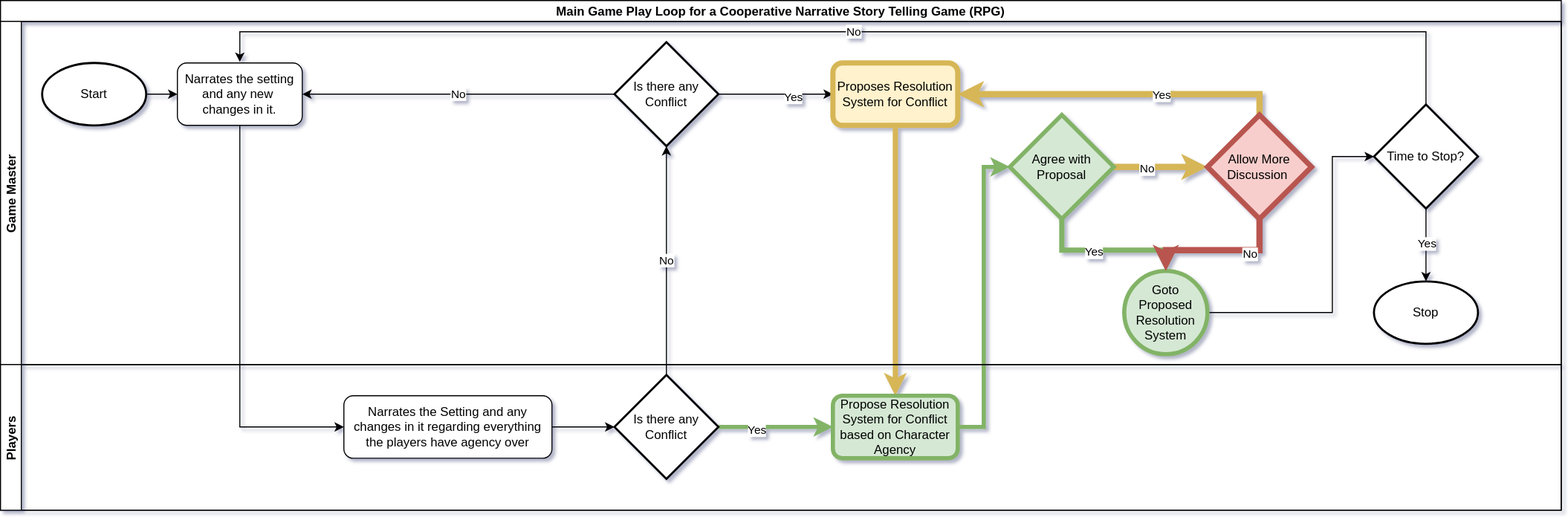
Earlier version of the draw.io export assets/diagrams/Main-Game-Play-Loop.svg (TedTschopp/Fixing-Game-Night). Source tidied: cells renumbered, new cells last; positions are measured from the earlier drawing's top-left corner, leaving out a move shared by most shapes.
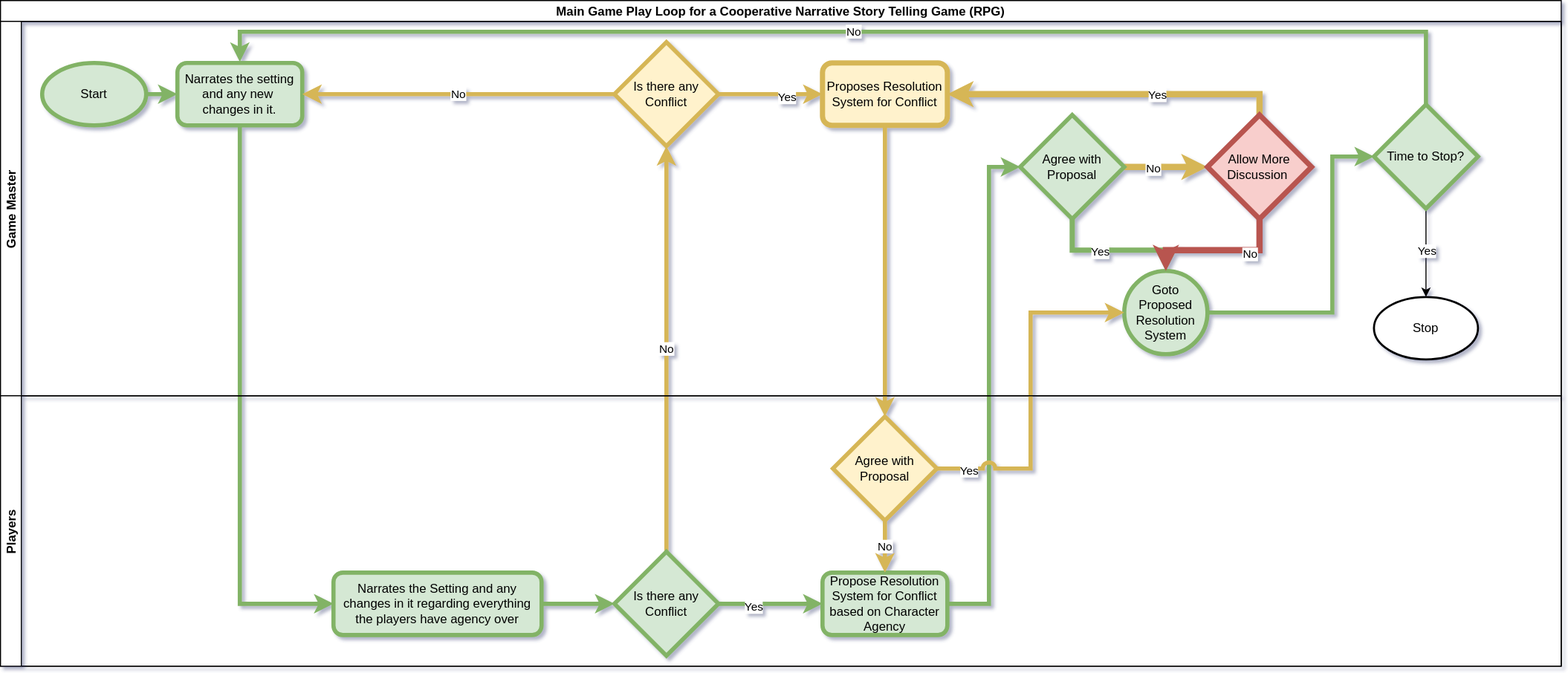
After the change.

What changed in the source:
```diff
@@ -3,27 +3,29 @@
     <mxCell id="0" />
     <mxCell id="1" parent="0" />
     <mxCell id="2" value="Main Game Play Loop for a Cooperative Narrative Story Telling Game (RPG)" style="swimlane;horizontal=1;startSize=20;" parent="1" vertex="1">
-      <mxGeometry width="1500" height="490" as="geometry" />
+      <mxGeometry width="1500" height="640" as="geometry" />
     </mxCell>
-    <mxCell id="3" style="edgeStyle=orthogonalEdgeStyle;rounded=0;jettySize=auto;html=1;startArrow=none;startFill=0;fillColor=#fff2cc;strokeColor=#d6b656;strokeWidth=5;" parent="2" edge="1" source="13" target="36">
-      <mxGeometry relative="1" as="geometry" />
-    </mxCell>
-    <mxCell id="4" value="No" style="edgeStyle=orthogonalEdgeStyle;rounded=0;jettySize=auto;html=1;entryX=0.5;entryY=1;entryDx=0;entryDy=0;startArrow=none;startFill=0;entryPerimeter=0;" parent="2" edge="1" source="39" target="32">
+    <mxCell id="4" value="No" style="edgeStyle=orthogonalEdgeStyle;rounded=0;jettySize=auto;html=1;entryX=0.5;entryY=1;entryDx=0;entryDy=0;startArrow=none;startFill=0;entryPerimeter=0;fillColor=#fff2cc;strokeColor=#d6b656;strokeWidth=4;" parent="2" edge="1" source="39" target="32">
       <mxGeometry relative="1" as="geometry" />
     </mxCell>
-    <mxCell id="5" style="edgeStyle=orthogonalEdgeStyle;rounded=0;jettySize=auto;html=1;entryX=0;entryY=0.5;entryDx=0;entryDy=0;startArrow=none;startFill=0;exitX=0.5;exitY=1;exitDx=0;exitDy=0;" parent="2" edge="1" source="8" target="35">
+    <mxCell id="5" style="edgeStyle=orthogonalEdgeStyle;rounded=0;jettySize=auto;html=1;entryX=0;entryY=0.5;entryDx=0;entryDy=0;startArrow=none;startFill=0;exitX=0.5;exitY=1;exitDx=0;exitDy=0;strokeWidth=4;fillColor=#d5e8d4;strokeColor=#82b366;" parent="2" edge="1" source="8" target="35">
       <mxGeometry relative="1" as="geometry" />
     </mxCell>
-    <mxCell id="6" style="edgeStyle=orthogonalEdgeStyle;rounded=0;jettySize=auto;html=1;entryX=0;entryY=0.5;entryDx=0;entryDy=0;entryPerimeter=0;startArrow=none;startFill=0;strokeWidth=4;fillColor=#d5e8d4;strokeColor=#82b366;" parent="2" edge="1" source="36" target="20">
-      <mxGeometry relative="1" as="geometry" />
+    <mxCell id="6" style="edgeStyle=orthogonalEdgeStyle;rounded=0;jettySize=auto;html=1;entryX=0;entryY=0.5;entryDx=0;entryDy=0;entryPerimeter=0;startArrow=none;startFill=0;strokeWidth=4;fillColor=#d5e8d4;strokeColor=#82b366;jumpStyle=arc;exitX=1;exitY=0.5;exitDx=0;exitDy=0;" parent="2" edge="1" source="36" target="20">
+      <mxGeometry relative="1" as="geometry">
+        <Array as="points">
+          <mxPoint x="950" y="580" />
+          <mxPoint x="950" y="160" />
+        </Array>
+      </mxGeometry>
     </mxCell>
     <mxCell id="7" value="Game Master" style="swimlane;startSize=20;horizontal=0;" parent="2" vertex="1">
-      <mxGeometry y="20" width="1500" height="330" as="geometry" />
+      <mxGeometry y="20" width="1500" height="360" as="geometry" />
     </mxCell>
-    <mxCell id="8" value="Narrates the setting and any new&amp;nbsp; changes in it." style="rounded=1;whiteSpace=wrap;html=1;" parent="7" vertex="1">
+    <mxCell id="8" value="Narrates the setting and any new&amp;nbsp; changes in it." style="rounded=1;whiteSpace=wrap;html=1;fillColor=#d5e8d4;strokeColor=#82b366;strokeWidth=4;" parent="7" vertex="1">
       <mxGeometry x="170" y="40" width="120" height="60" as="geometry" />
     </mxCell>
-    <mxCell id="9" style="edgeStyle=orthogonalEdgeStyle;rounded=0;jettySize=auto;html=1;entryX=0;entryY=0.5;entryDx=0;entryDy=0;startArrow=none;startFill=0;exitX=1;exitY=0.5;exitDx=0;exitDy=0;exitPerimeter=0;" parent="7" edge="1" source="32" target="13">
+    <mxCell id="9" style="edgeStyle=orthogonalEdgeStyle;rounded=0;jettySize=auto;html=1;entryX=0;entryY=0.5;entryDx=0;entryDy=0;startArrow=none;startFill=0;exitX=1;exitY=0.5;exitDx=0;exitDy=0;exitPerimeter=0;fillColor=#fff2cc;strokeColor=#d6b656;strokeWidth=4;" parent="7" edge="1" source="32" target="13">
       <mxGeometry relative="1" as="geometry" />
     </mxCell>
     <mxCell id="10" value="Yes" style="edgeLabel;html=1;align=center;verticalAlign=middle;" parent="9" vertex="1">
@@ -32,7 +34,7 @@
     <mxCell id="11" style="edgeStyle=orthogonalEdgeStyle;rounded=0;jettySize=auto;html=1;startArrow=none;startFill=0;exitX=0.5;exitY=1;exitDx=0;exitDy=0;exitPerimeter=0;strokeWidth=5;fillColor=#d5e8d4;strokeColor=#82b366;" parent="7" edge="1" source="20" target="15">
       <mxGeometry relative="1" as="geometry">
         <Array as="points">
-          <mxPoint x="1020" y="220" />
+          <mxPoint x="1030" y="220" />
           <mxPoint x="1120" y="220" />
         </Array>
       </mxGeometry>
@@ -41,9 +43,9 @@
       <mxGeometry x="-0.2" y="-1" relative="1" as="geometry" />
     </mxCell>
     <mxCell id="13" value="Proposes Resolution System for Conflict" style="rounded=1;whiteSpace=wrap;html=1;fillColor=#fff2cc;strokeColor=#d6b656;strokeWidth=5;" parent="7" vertex="1">
-      <mxGeometry x="800" y="40" width="120" height="60" as="geometry" />
+      <mxGeometry x="790" y="40" width="120" height="60" as="geometry" />
     </mxCell>
-    <mxCell id="14" style="edgeStyle=orthogonalEdgeStyle;rounded=0;jettySize=auto;html=1;entryX=0;entryY=0.5;entryDx=0;entryDy=0;entryPerimeter=0;startArrow=none;startFill=0;exitX=1;exitY=0.5;exitDx=0;exitDy=0;" parent="7" edge="1" source="15" target="29">
+    <mxCell id="14" style="edgeStyle=orthogonalEdgeStyle;rounded=0;jettySize=auto;html=1;entryX=0;entryY=0.5;entryDx=0;entryDy=0;entryPerimeter=0;startArrow=none;startFill=0;exitX=1;exitY=0.5;exitDx=0;exitDy=0;strokeWidth=4;fillColor=#d5e8d4;strokeColor=#82b366;" parent="7" edge="1" source="15" target="29">
       <mxGeometry relative="1" as="geometry">
         <Array as="points">
           <mxPoint x="1280" y="280" />
@@ -54,10 +56,10 @@
     <mxCell id="15" value="Goto Proposed Resolution System" style="ellipse;whiteSpace=wrap;html=1;strokeWidth=4;fillColor=#d5e8d4;strokeColor=#82b366;" parent="7" vertex="1">
       <mxGeometry x="1080" y="240" width="80" height="80" as="geometry" />
     </mxCell>
-    <mxCell id="16" style="edgeStyle=orthogonalEdgeStyle;rounded=0;jettySize=auto;html=1;startArrow=none;startFill=0;" parent="7" edge="1" source="17" target="8">
+    <mxCell id="16" style="edgeStyle=orthogonalEdgeStyle;rounded=0;jettySize=auto;html=1;startArrow=none;startFill=0;strokeWidth=4;fillColor=#d5e8d4;strokeColor=#82b366;" parent="7" edge="1" source="17" target="8">
       <mxGeometry relative="1" as="geometry" />
     </mxCell>
-    <mxCell id="17" value="Start" style="strokeWidth=2;html=1;shape=mxgraph.flowchart.start_1;whiteSpace=wrap;" parent="7" vertex="1">
+    <mxCell id="17" value="Start" style="strokeWidth=4;html=1;shape=mxgraph.flowchart.start_1;whiteSpace=wrap;fillColor=#d5e8d4;strokeColor=#82b366;" parent="7" vertex="1">
       <mxGeometry x="40" y="40" width="100" height="60" as="geometry" />
     </mxCell>
     <mxCell id="18" style="edgeStyle=orthogonalEdgeStyle;rounded=0;jettySize=auto;html=1;entryX=0;entryY=0.5;entryDx=0;entryDy=0;entryPerimeter=0;startArrow=none;startFill=0;fillColor=#fff2cc;strokeColor=#d6b656;strokeWidth=6;" parent="7" edge="1" source="20" target="25">
@@ -67,7 +69,7 @@
       <mxGeometry x="-0.32" y="-1" relative="1" as="geometry" />
     </mxCell>
     <mxCell id="20" value="Agree with Proposal" style="strokeWidth=4;html=1;shape=mxgraph.flowchart.decision;whiteSpace=wrap;fillColor=#d5e8d4;strokeColor=#82b366;" parent="7" vertex="1">
-      <mxGeometry x="970" y="90" width="100" height="100" as="geometry" />
+      <mxGeometry x="980" y="90" width="100" height="100" as="geometry" />
     </mxCell>
     <mxCell id="21" style="edgeStyle=orthogonalEdgeStyle;rounded=0;jettySize=auto;html=1;startArrow=none;startFill=0;exitX=0.5;exitY=1;exitDx=0;exitDy=0;exitPerimeter=0;fillColor=#f8cecc;strokeColor=#b85450;strokeWidth=6;" parent="7" edge="1" source="25" target="15">
       <mxGeometry relative="1" as="geometry">
@@ -95,7 +97,7 @@
     <mxCell id="27" value="Yes" style="edgeLabel;html=1;align=center;verticalAlign=middle;" parent="26" vertex="1">
       <mxGeometry x="-0.06" relative="1" as="geometry" />
     </mxCell>
-    <mxCell id="28" value="No" style="edgeStyle=orthogonalEdgeStyle;rounded=0;jettySize=auto;html=1;startArrow=none;startFill=0;" parent="7" edge="1" source="29">
+    <mxCell id="28" value="No" style="edgeStyle=orthogonalEdgeStyle;rounded=0;jettySize=auto;html=1;startArrow=none;startFill=0;fillColor=#d5e8d4;strokeColor=#82b366;strokeWidth=4;" parent="7" edge="1" source="29">
       <mxGeometry relative="1" as="geometry">
         <mxPoint x="230" y="39" as="targetPoint" />
         <Array as="points">
@@ -104,29 +106,38 @@
         </Array>
       </mxGeometry>
     </mxCell>
-    <mxCell id="29" value="Time to Stop?" style="strokeWidth=2;html=1;shape=mxgraph.flowchart.decision;whiteSpace=wrap;" parent="7" vertex="1">
+    <mxCell id="29" value="Time to Stop?" style="strokeWidth=4;html=1;shape=mxgraph.flowchart.decision;whiteSpace=wrap;fillColor=#d5e8d4;strokeColor=#82b366;" parent="7" vertex="1">
       <mxGeometry x="1320" y="80" width="100" height="100" as="geometry" />
     </mxCell>
     <mxCell id="30" value="Stop" style="strokeWidth=2;html=1;shape=mxgraph.flowchart.start_1;whiteSpace=wrap;" parent="7" vertex="1">
-      <mxGeometry x="1320" y="250" width="100" height="60" as="geometry" />
+      <mxGeometry x="1320" y="265" width="100" height="60" as="geometry" />
     </mxCell>
-    <mxCell id="31" value="No" style="edgeStyle=orthogonalEdgeStyle;rounded=0;jettySize=auto;html=1;entryX=1;entryY=0.5;entryDx=0;entryDy=0;startArrow=none;startFill=0;" parent="7" edge="1" source="32" target="8">
+    <mxCell id="31" value="No" style="edgeStyle=orthogonalEdgeStyle;rounded=0;jettySize=auto;html=1;entryX=1;entryY=0.5;entryDx=0;entryDy=0;startArrow=none;startFill=0;strokeWidth=4;fillColor=#fff2cc;strokeColor=#d6b656;" parent="7" edge="1" source="32" target="8">
       <mxGeometry relative="1" as="geometry" />
     </mxCell>
-    <mxCell id="32" value="Is there any Conflict" style="strokeWidth=2;html=1;shape=mxgraph.flowchart.decision;whiteSpace=wrap;" parent="7" vertex="1">
+    <mxCell id="32" value="Is there any Conflict" style="strokeWidth=4;html=1;shape=mxgraph.flowchart.decision;whiteSpace=wrap;fillColor=#fff2cc;strokeColor=#d6b656;" parent="7" vertex="1">
       <mxGeometry x="590" y="20" width="100" height="100" as="geometry" />
     </mxCell>
+    <mxCell id="40" style="edgeStyle=orthogonalEdgeStyle;rounded=0;jettySize=auto;html=1;entryX=0;entryY=0.5;entryDx=0;entryDy=0;startArrow=none;startFill=0;strokeWidth=4;jumpStyle=arc;fillColor=#fff2cc;strokeColor=#d6b656;" parent="2" edge="1" source="44" target="15">
+      <mxGeometry relative="1" as="geometry" />
+    </mxCell>
+    <mxCell id="41" value="Yes" style="edgeLabel;html=1;align=center;verticalAlign=middle;" parent="40" vertex="1">
+      <mxGeometry x="-0.82" y="-1" relative="1" as="geometry" />
+    </mxCell>
+    <mxCell id="42" style="edgeStyle=orthogonalEdgeStyle;rounded=0;jettySize=auto;html=1;startArrow=none;startFill=0;strokeWidth=4;fillColor=#fff2cc;strokeColor=#d6b656;" parent="2" edge="1" source="13" target="44">
+      <mxGeometry relative="1" as="geometry" />
+    </mxCell>
     <mxCell id="33" value="Players" style="swimlane;startSize=20;horizontal=0;" parent="2" vertex="1">
-      <mxGeometry y="350" width="1500" height="140" as="geometry" />
+      <mxGeometry y="380" width="1500" height="260" as="geometry" />
     </mxCell>
-    <mxCell id="34" style="edgeStyle=orthogonalEdgeStyle;rounded=0;jettySize=auto;html=1;entryX=0;entryY=0.5;entryDx=0;entryDy=0;entryPerimeter=0;startArrow=none;startFill=0;" parent="33" edge="1" source="35" target="39">
+    <mxCell id="34" style="edgeStyle=orthogonalEdgeStyle;rounded=0;jettySize=auto;html=1;entryX=0;entryY=0.5;entryDx=0;entryDy=0;entryPerimeter=0;startArrow=none;startFill=0;strokeWidth=4;fillColor=#d5e8d4;strokeColor=#82b366;" parent="33" edge="1" source="35" target="39">
       <mxGeometry relative="1" as="geometry" />
     </mxCell>
-    <mxCell id="35" value="Narrates the Setting and any changes in it regarding everything the players have agency over" style="rounded=1;whiteSpace=wrap;html=1;" parent="33" vertex="1">
-      <mxGeometry x="330" y="30" width="200" height="60" as="geometry" />
+    <mxCell id="35" value="Narrates the Setting and any changes in it regarding everything the players have agency over" style="rounded=1;whiteSpace=wrap;html=1;strokeWidth=4;fillColor=#d5e8d4;strokeColor=#82b366;" parent="33" vertex="1">
+      <mxGeometry x="320" y="170" width="200" height="60" as="geometry" />
     </mxCell>
     <mxCell id="36" value="Propose Resolution System for Conflict based on Character Agency" style="rounded=1;whiteSpace=wrap;html=1;strokeWidth=4;fillColor=#d5e8d4;strokeColor=#82b366;" parent="33" vertex="1">
-      <mxGeometry x="800" y="30" width="120" height="60" as="geometry" />
+      <mxGeometry x="790" y="170" width="120" height="60" as="geometry" />
     </mxCell>
     <mxCell id="37" style="edgeStyle=orthogonalEdgeStyle;rounded=0;jettySize=auto;html=1;entryX=0;entryY=0.5;entryDx=0;entryDy=0;startArrow=none;startFill=0;strokeWidth=4;fillColor=#d5e8d4;strokeColor=#82b366;" parent="33" edge="1" source="39" target="36">
       <mxGeometry relative="1" as="geometry" />
@@ -134,8 +145,14 @@
     <mxCell id="38" value="Yes" style="edgeLabel;html=1;align=center;verticalAlign=middle;" parent="37" vertex="1">
       <mxGeometry x="-0.35" y="-2" relative="1" as="geometry" />
     </mxCell>
-    <mxCell id="39" value="Is there any Conflict" style="strokeWidth=2;html=1;shape=mxgraph.flowchart.decision;whiteSpace=wrap;" parent="33" vertex="1">
-      <mxGeometry x="590" y="10" width="100" height="100" as="geometry" />
+    <mxCell id="39" value="Is there any Conflict" style="strokeWidth=4;html=1;shape=mxgraph.flowchart.decision;whiteSpace=wrap;fillColor=#d5e8d4;strokeColor=#82b366;" parent="33" vertex="1">
+      <mxGeometry x="590" y="150" width="100" height="100" as="geometry" />
     </mxCell>
+    <mxCell id="43" value="No" style="edgeStyle=orthogonalEdgeStyle;rounded=0;jettySize=auto;html=1;startArrow=none;startFill=0;strokeWidth=4;fillColor=#fff2cc;strokeColor=#d6b656;" parent="33" edge="1" source="44" target="36">
+      <mxGeometry relative="1" as="geometry" />
+    </mxCell>
+    <mxCell id="44" value="Agree with Proposal" style="strokeWidth=4;html=1;shape=mxgraph.flowchart.decision;whiteSpace=wrap;fillColor=#fff2cc;strokeColor=#d6b656;" parent="33" vertex="1">
+      <mxGeometry x="800" y="20" width="100" height="100" as="geometry" />
+    </mxCell>
   </root>
 </mxGraphModel>
```
